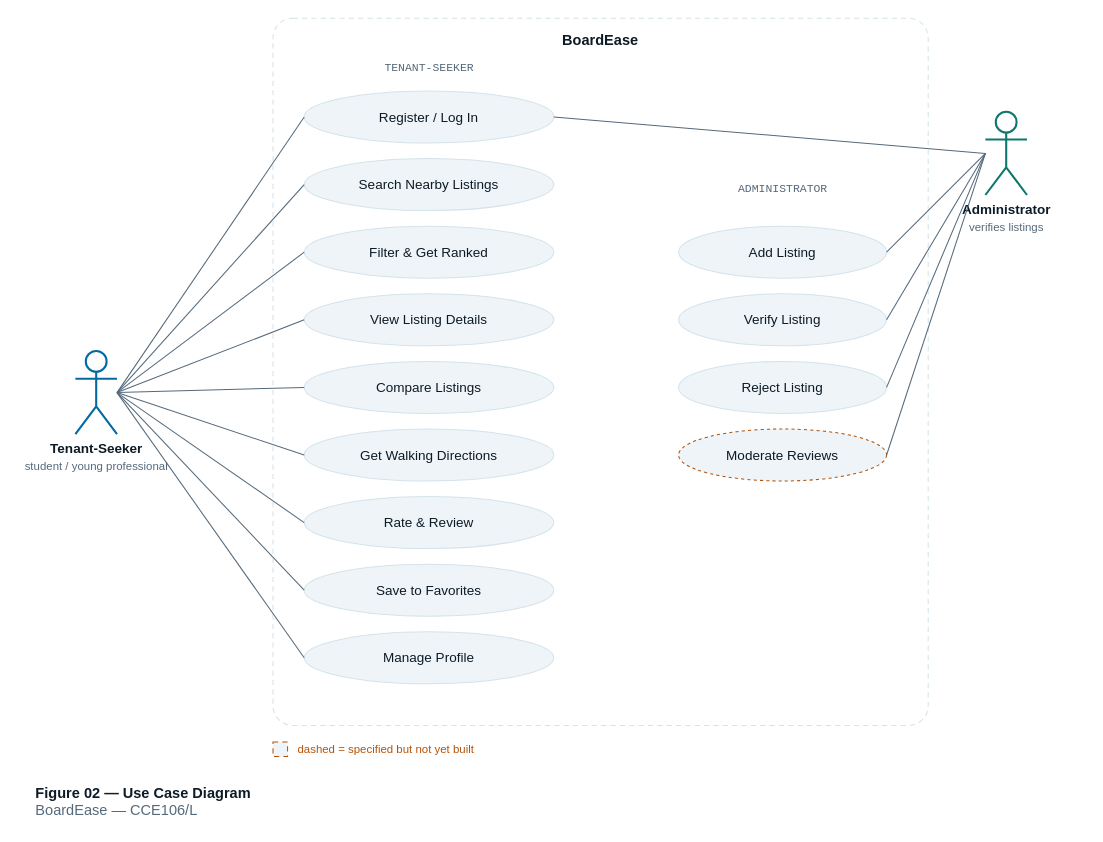
The draw.io diagram docs/diagrams/02-use-case-diagram.drawio in jetroo1/BoardEase-Mobile, before the edit. Source tidied: cells renumbered, new cells numbered last; positions are measured from the earlier drawing's top-left corner, leaving out a move shared by most shapes. Both pictures are drawn from the tidied source at 104%, with x=0, y=0 at pixel (33, 18).
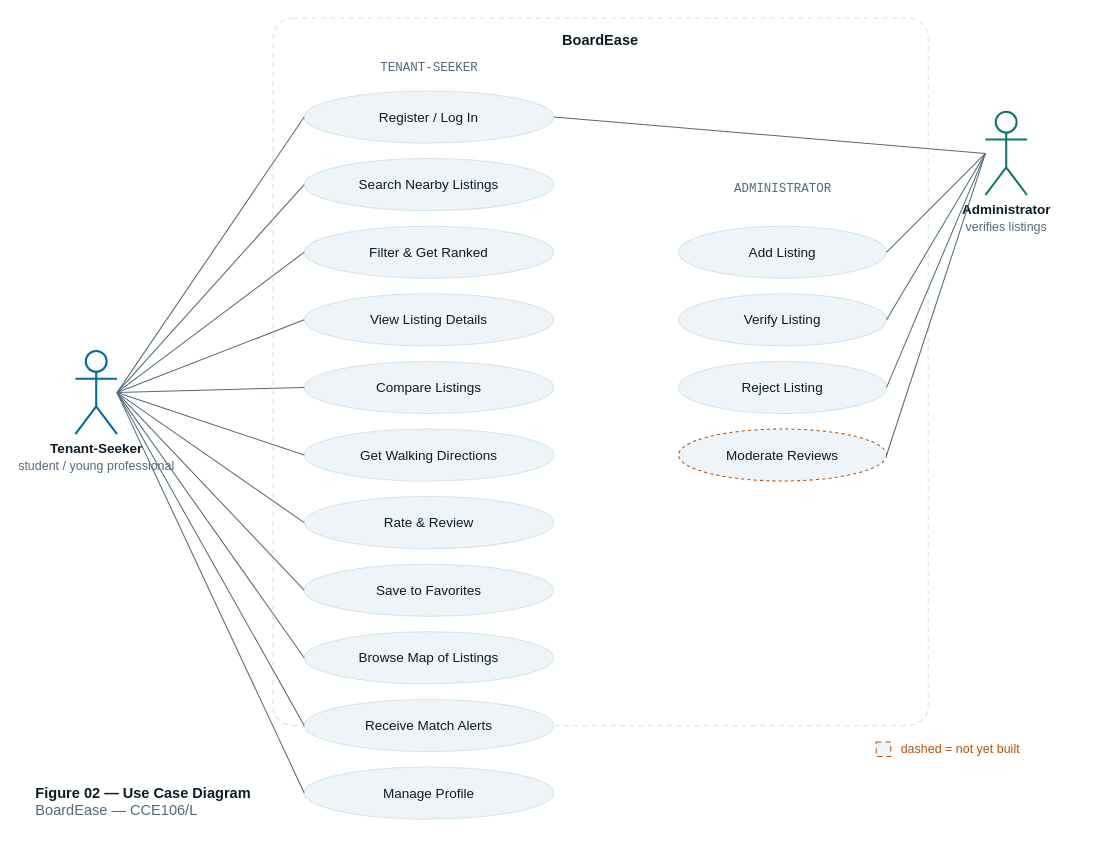
The same page after the edit.

Diff of the diagram source:
```diff
@@
-    <mxCell id="3" value="TENANT-SEEKER" style="text;html=1;align=center;verticalAlign=middle;fontSize=11;fontColor=#55697A;fontFamily=Courier New;" parent="1" vertex="1">
+    <mxCell id="3" value="TENANT-SEEKER" style="text;html=1;align=center;verticalAlign=middle;fontSize=12;fontColor=#55697A;fontFamily=Courier New;" parent="1" vertex="1">
       <mxGeometry x="280" y="38" width="200" height="20" as="geometry" />
     </mxCell>
-    <mxCell id="4" value="ADMINISTRATOR" style="text;html=1;align=center;verticalAlign=middle;fontSize=11;fontColor=#55697A;fontFamily=Courier New;" parent="1" vertex="1">
+    <mxCell id="4" value="ADMINISTRATOR" style="text;html=1;align=center;verticalAlign=middle;fontSize=12;fontColor=#55697A;fontFamily=Courier New;" parent="1" vertex="1">
       <mxGeometry x="620" y="155" width="200" height="20" as="geometry" />
     </mxCell>
-    <mxCell id="5" value="&lt;b&gt;Tenant-Seeker&lt;/b&gt;&lt;br&gt;&lt;font color=&quot;#55697A&quot; style=&quot;font-size:11px&quot;&gt;student / young professional&lt;/font&gt;" style="shape=umlActor;verticalLabelPosition=bottom;verticalAlign=top;html=1;outlineConnect=0;strokeColor=#0369A1;strokeWidth=2;fontSize=13;fontColor=#0D1B26;" parent="1" vertex="1">
+    <mxCell id="5" value="&lt;b&gt;Tenant-Seeker&lt;/b&gt;&lt;br&gt;&lt;font color=&quot;#55697A&quot; style=&quot;font-size:12px&quot;&gt;student / young professional&lt;/font&gt;" style="shape=umlActor;verticalLabelPosition=bottom;verticalAlign=top;html=1;outlineConnect=0;strokeColor=#0369A1;strokeWidth=2;fontSize=13;fontColor=#0D1B26;" parent="1" vertex="1">
       <mxGeometry x="40" y="320" width="40" height="80" as="geometry" />
     </mxCell>
-    <mxCell id="6" value="&lt;b&gt;Administrator&lt;/b&gt;&lt;br&gt;&lt;font color=&quot;#55697A&quot; style=&quot;font-size:11px&quot;&gt;verifies listings&lt;/font&gt;" style="shape=umlActor;verticalLabelPosition=bottom;verticalAlign=top;html=1;outlineConnect=0;strokeColor=#0F766E;strokeWidth=2;fontSize=13;fontColor=#0D1B26;" parent="1" vertex="1">
+    <mxCell id="6" value="&lt;b&gt;Administrator&lt;/b&gt;&lt;br&gt;&lt;font color=&quot;#55697A&quot; style=&quot;font-size:12px&quot;&gt;verifies listings&lt;/font&gt;" style="shape=umlActor;verticalLabelPosition=bottom;verticalAlign=top;html=1;outlineConnect=0;strokeColor=#0F766E;strokeWidth=2;fontSize=13;fontColor=#0D1B26;" parent="1" vertex="1">
       <mxGeometry x="915" y="90" width="40" height="80" as="geometry" />
     </mxCell>
@@
+    <mxCell id="37" value="Browse Map of Listings" style="ellipse;whiteSpace=wrap;html=1;fillColor=#EEF4F7;strokeColor=#D5E3EA;fontSize=13;fontColor=#0D1B26;" parent="1" vertex="1">
+      <mxGeometry x="260" y="590" width="240" height="50" as="geometry" />
+    </mxCell>
+    <mxCell id="38" value="Receive Match Alerts" style="ellipse;whiteSpace=wrap;html=1;fillColor=#EEF4F7;strokeColor=#D5E3EA;fontSize=13;fontColor=#0D1B26;" parent="1" vertex="1">
+      <mxGeometry x="260" y="655" width="240" height="50" as="geometry" />
+    </mxCell>
     <mxCell id="15" value="Manage Profile" style="ellipse;whiteSpace=wrap;html=1;fillColor=#EEF4F7;strokeColor=#D5E3EA;fontSize=13;fontColor=#0D1B26;" parent="1" vertex="1">
-      <mxGeometry x="260" y="590" width="240" height="50" as="geometry" />
+      <mxGeometry x="260" y="720" width="240" height="50" as="geometry" />
     </mxCell>
@@
+    <mxCell id="39" style="endArrow=none;html=1;rounded=0;strokeColor=#55697A;exitX=1;exitY=0.5;entryX=0;entryY=0.5;" parent="1" edge="1" source="5" target="37">
+      <mxGeometry relative="1" as="geometry" />
+    </mxCell>
+    <mxCell id="40" style="endArrow=none;html=1;rounded=0;strokeColor=#55697A;exitX=1;exitY=0.5;entryX=0;entryY=0.5;" parent="1" edge="1" source="5" target="38">
+      <mxGeometry relative="1" as="geometry" />
+    </mxCell>
@@
     <mxCell id="34" style="rounded=0;whiteSpace=wrap;html=1;fillColor=#EEF4F7;strokeColor=#B45309;dashed=1;dashPattern=5 4;" parent="1" vertex="1">
-      <mxGeometry x="230" y="696" width="14" height="14" as="geometry" />
+      <mxGeometry x="810" y="696" width="14" height="14" as="geometry" />
     </mxCell>
-    <mxCell id="35" value="dashed = specified but not yet built" style="text;html=1;align=left;verticalAlign=middle;fontSize=11;fontColor=#B45309;" parent="1" vertex="1">
-      <mxGeometry x="252" y="691" width="320" height="24" as="geometry" />
+    <mxCell id="35" value="dashed = not yet built" style="text;html=1;align=left;verticalAlign=middle;fontSize=12;fontColor=#B45309;" parent="1" vertex="1">
+      <mxGeometry x="832" y="691" width="180" height="24" as="geometry" />
     </mxCell>
```
